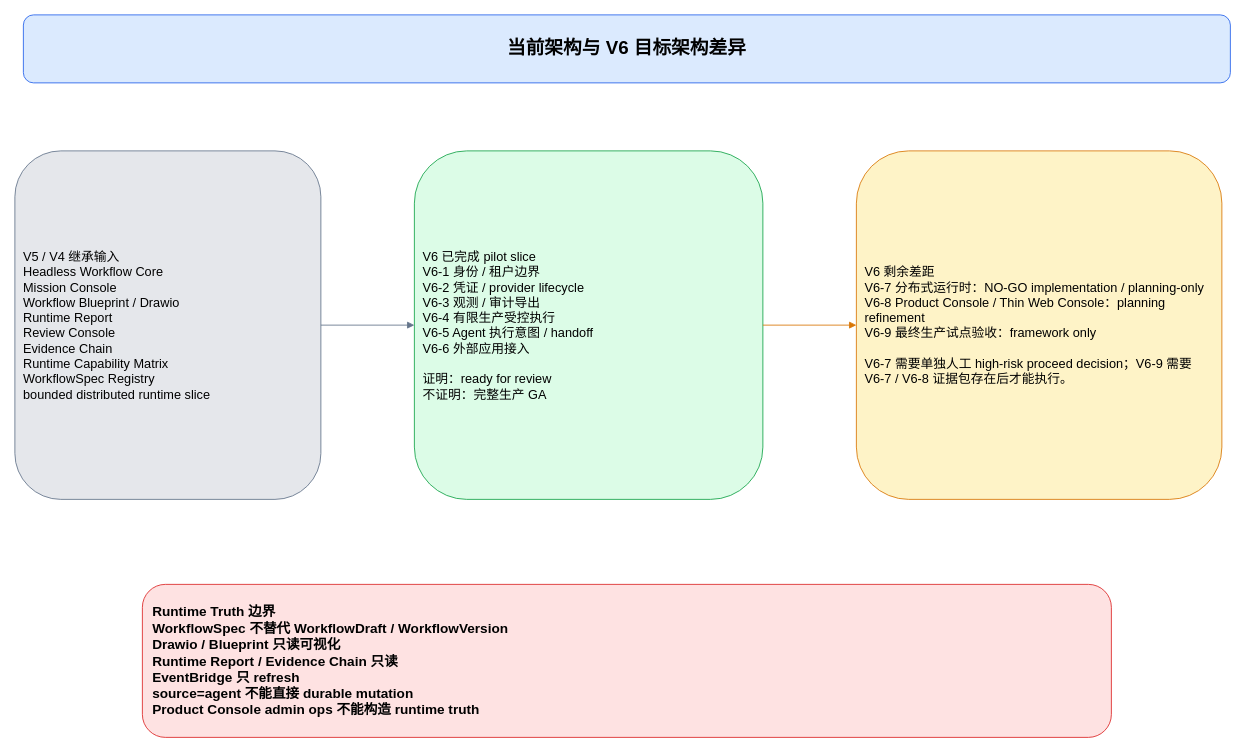
This is page "02 当前架构与目标架构差异" (2 of 8) of harnessOS/docs/design/V6.x/v6_current_gap_analysis.drawio from ljx418/meeting-voice-assistant, a draw.io file, before an edit. Source tidied: cells renumbered, new cells numbered last; positions are measured from the earlier drawing's top-left corner, leaving out a move shared by most shapes. Both pictures are drawn from the tidied source at 85%, with x=0, y=0 at pixel (14, 14).
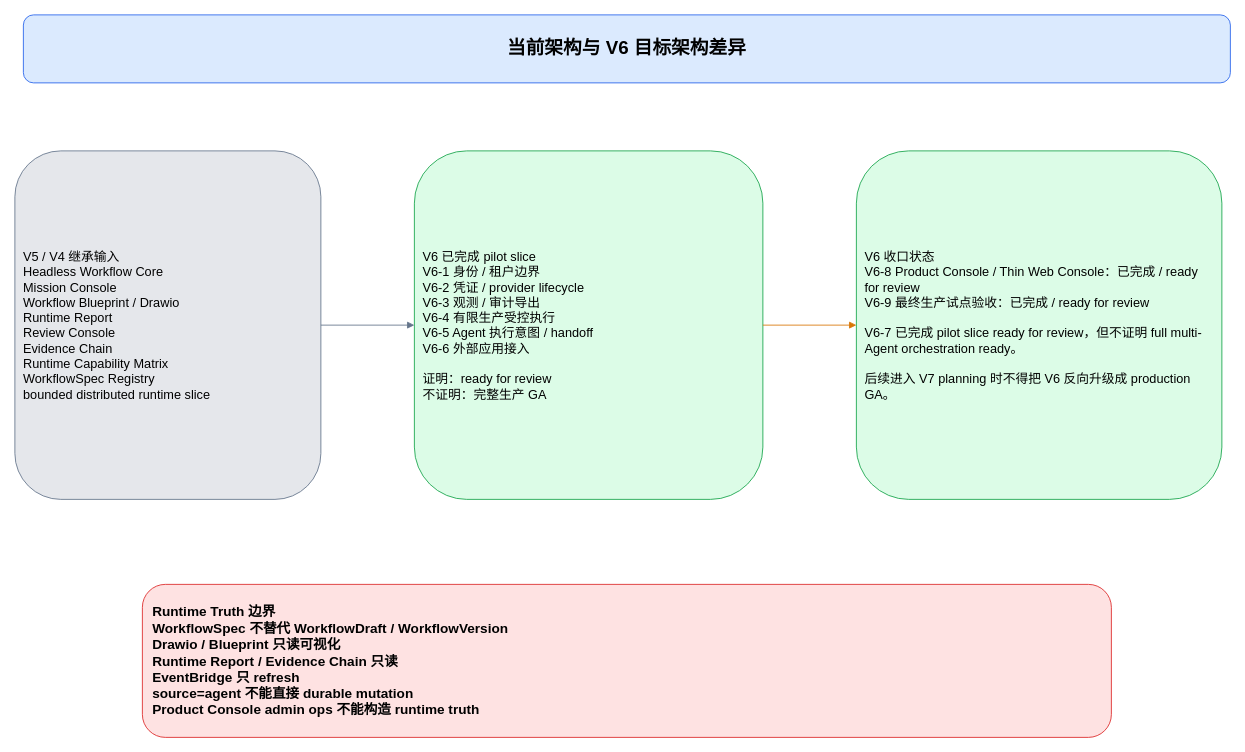
The same page after the edit.

The edit, as a diff of the source:
```diff
@@
 <mxGraphModel>
   <root>
     <mxCell id="0" />
     <mxCell id="1" parent="0" />
     <mxCell id="2" value="当前架构与 V6 目标架构差异" style="rounded=1;whiteSpace=wrap;html=1;fillColor=#dbeafe;strokeColor=#2563eb;fontSize=22;fontStyle=1;align=center;" parent="1" vertex="1">
       <mxGeometry x="10" width="1420" height="80" as="geometry" />
     </mxCell>
     <mxCell id="3" value="V5 / V4 继承输入&#10;Headless Workflow Core&#10;Mission Console&#10;Workflow Blueprint / Drawio&#10;Runtime Report&#10;Review Console&#10;Evidence Chain&#10;Runtime Capability Matrix&#10;WorkflowSpec Registry&#10;bounded distributed runtime slice" style="rounded=1;whiteSpace=wrap;html=1;fillColor=#e5e7eb;strokeColor=#64748b;fontSize=15;align=left;spacing=10;" parent="1" vertex="1">
       <mxGeometry y="160" width="360" height="410" as="geometry" />
     </mxCell>
     <mxCell id="4" value="V6 已完成 pilot slice&#10;V6-1 身份 / 租户边界&#10;V6-2 凭证 / provider lifecycle&#10;V6-3 观测 / 审计导出&#10;V6-4 有限生产受控执行&#10;V6-5 Agent 执行意图 / handoff&#10;V6-6 外部应用接入&#10;&#10;证明：ready for review&#10;不证明：完整生产 GA" style="rounded=1;whiteSpace=wrap;html=1;fillColor=#dcfce7;strokeColor=#16a34a;fontSize=15;align=left;spacing=10;" parent="1" vertex="1">
       <mxGeometry x="470" y="160" width="410" height="410" as="geometry" />
     </mxCell>
-    <mxCell id="5" value="V6 剩余差距&#10;V6-7 分布式运行时：NO-GO implementation / planning-only&#10;V6-8 Product Console / Thin Web Console：planning refinement&#10;V6-9 最终生产试点验收：framework only&#10;&#10;V6-7 需要单独人工 high-risk proceed decision；V6-9 需要 V6-7 / V6-8 证据包存在后才能执行。" style="rounded=1;whiteSpace=wrap;html=1;fillColor=#fef3c7;strokeColor=#d97706;fontSize=15;align=left;spacing=10;" parent="1" vertex="1">
+    <mxCell id="5" value="V6 收口状态&#10;V6-8 Product Console / Thin Web Console：已完成 / ready for review&#10;V6-9 最终生产试点验收：已完成 / ready for review&#10;&#10;V6-7 已完成 pilot slice ready for review，但不证明 full multi-Agent orchestration ready。&#10;&#10;后续进入 V7 planning 时不得把 V6 反向升级成 production GA。" style="rounded=1;whiteSpace=wrap;html=1;fillColor=#dcfce7;strokeColor=#16a34a;fontSize=15;align=left;spacing=10;" parent="1" vertex="1">
       <mxGeometry x="990" y="160" width="430" height="410" as="geometry" />
     </mxCell>
     <mxCell id="6" style="edgeStyle=orthogonalEdgeStyle;rounded=0;html=1;strokeColor=#64748b;endArrow=block;" parent="1" edge="1" source="3" target="4">
       <mxGeometry relative="1" as="geometry" />
     </mxCell>
     <mxCell id="7" style="edgeStyle=orthogonalEdgeStyle;rounded=0;html=1;strokeColor=#d97706;endArrow=block;" parent="1" edge="1" source="4" target="5">
       <mxGeometry relative="1" as="geometry" />
     </mxCell>
     <mxCell id="8" value="Runtime Truth 边界&#10;WorkflowSpec 不替代 WorkflowDraft / WorkflowVersion&#10;Drawio / Blueprint 只读可视化&#10;Runtime Report / Evidence Chain 只读&#10;EventBridge 只 refresh&#10;source=agent 不能直接 durable mutation&#10;Product Console admin ops 不能构造 runtime truth" style="rounded=1;whiteSpace=wrap;html=1;fillColor=#fee2e2;strokeColor=#dc2626;fontSize=16;fontStyle=1;align=left;spacing=12;" parent="1" vertex="1">
       <mxGeometry x="150" y="670" width="1140" height="180" as="geometry" />
     </mxCell>
   </root>
 </mxGraphModel>
```
